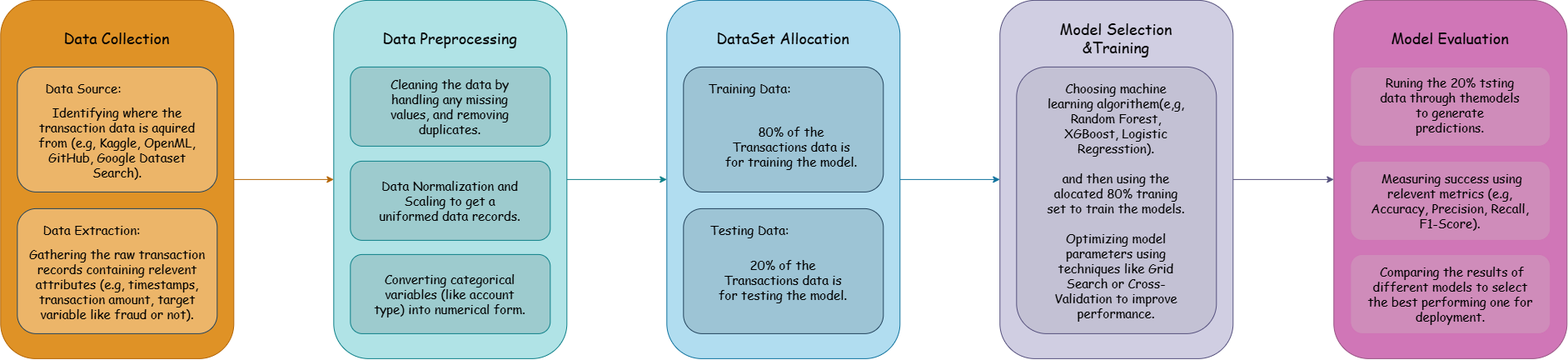
This is methodology diagram .png from HawraAlmadeh/ARTI308-Lab2, a draw.io export, as it was before one commit. Source tidied: cells renumbered, new cells last; positions are measured from the earlier drawing's top-left corner, leaving out a move shared by most shapes.
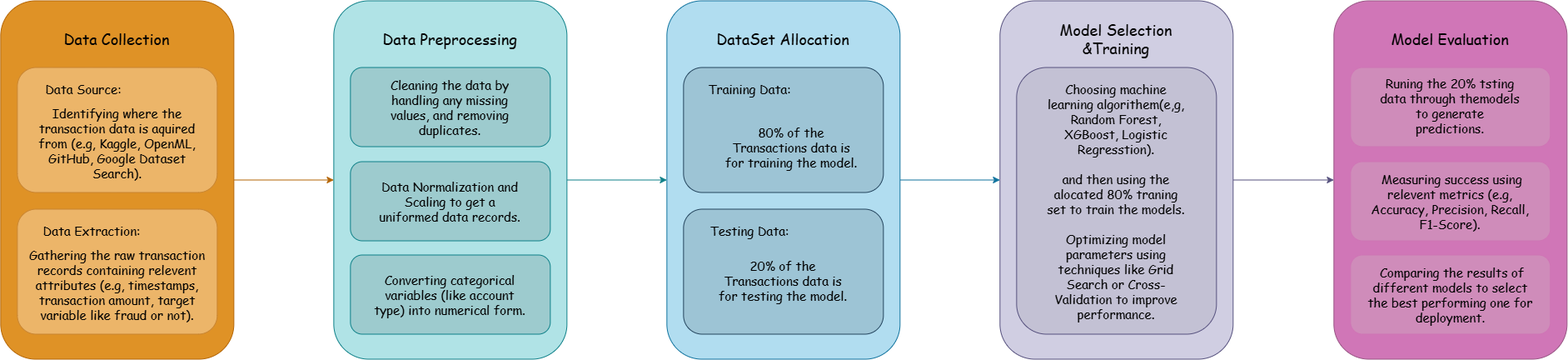
Later version of the same file.

Diff of the diagram source:
```diff
@@ -104,10 +104,10 @@
     <mxCell id="35" value="Runing the 20% tsting data through themodels to generate predictions." style="text;html=1;whiteSpace=wrap;strokeColor=none;fillColor=none;align=center;verticalAlign=middle;rounded=0;fontSize=15;fontFamily=Comic Sans MS;" parent="1" vertex="1">
       <mxGeometry x="1656" y="110" width="170" height="30" as="geometry" />
     </mxCell>
-    <mxCell id="36" style="rounded=1;whiteSpace=wrap;html=1;fillColor=light-dark(#FAD7AC,#FAD7AC);strokeColor=#23445d;gradientColor=none;fillStyle=solid;fillOpacity=50;" parent="1" vertex="1">
+    <mxCell id="36" style="rounded=1;whiteSpace=wrap;html=1;fillColor=light-dark(#FAD7AC,#FAD7AC);strokeColor=light-dark(#C98531,#C98531);gradientColor=none;fillStyle=solid;fillOpacity=50;" parent="1" vertex="1">
       <mxGeometry x="20" y="80" width="240" height="150" as="geometry" />
     </mxCell>
-    <mxCell id="37" style="rounded=1;whiteSpace=wrap;html=1;fillColor=light-dark(#FAD7AC,#FAD7AC);strokeColor=#23445d;gradientColor=none;fillStyle=solid;fillOpacity=50;" parent="1" vertex="1">
+    <mxCell id="37" style="rounded=1;whiteSpace=wrap;html=1;fillColor=light-dark(#FAD7AC,#FAD7AC);strokeColor=light-dark(#C98531,#C98531);gradientColor=none;fillStyle=solid;fillOpacity=50;" parent="1" vertex="1">
       <mxGeometry x="20" y="250" width="240" height="150" as="geometry" />
     </mxCell>
     <mxCell id="38" value="Data Source:" style="text;html=1;whiteSpace=wrap;strokeColor=none;fillColor=none;align=center;verticalAlign=middle;rounded=0;fontSize=15;fontFamily=Comic Sans MS;" parent="1" vertex="1">
```
